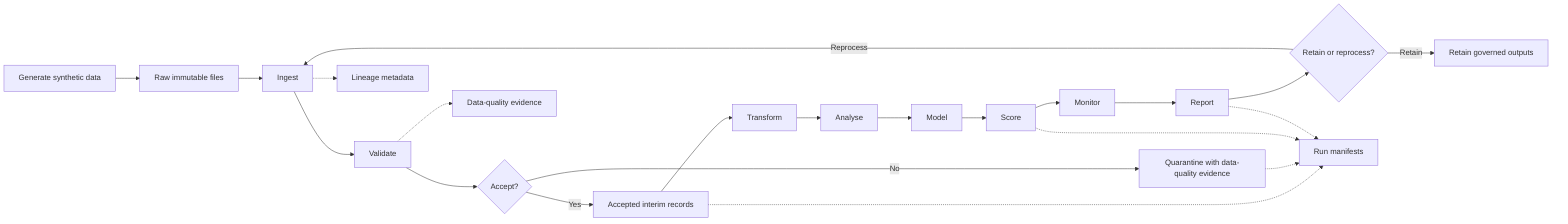
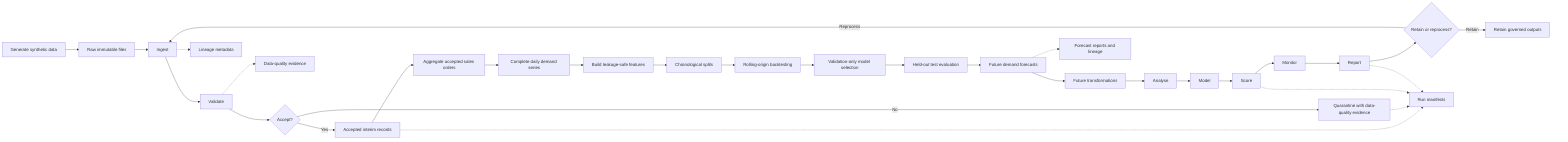
flowchart LR
    Generate["Generate synthetic data"] --> Raw["Raw immutable files"]
    Raw --> Ingest["Ingest"]
    Ingest --> Validate["Validate"]
    Validate --> Decision{"Accept?"}
    Decision -- No --> Quarantine["Quarantine with data-quality evidence"]
    Decision -- Yes --> Accepted["Accepted interim records"]
-     Accepted --> Transform["Transform"]
+     Accepted --> Demand["Aggregate accepted sales orders"]
+     Demand --> Complete["Complete daily demand series"]
+     Complete --> Feature["Build leakage-safe features"]
+     Feature --> Split["Chronological splits"]
+     Split --> Backtest["Rolling-origin backtesting"]
+     Backtest --> Select["Validation-only model selection"]
+     Select --> Test["Held-out test evaluation"]
+     Test --> Forecast["Future demand forecasts"]
+     Forecast --> Transform["Future transformations"]
    Transform --> Analyse["Analyse"]
    Analyse --> Model["Model"]
    Model --> Score["Score"]
    Score --> Monitor["Monitor"]
    Monitor --> Report["Report"]
    Report --> Retain{"Retain or reprocess?"}
    Retain -- Retain --> Archive["Retain governed outputs"]
    Retain -- Reprocess --> Ingest

    Ingest -.-> Lineage["Lineage metadata"]
    Validate -.-> Evidence["Data-quality evidence"]
+     Forecast -.-> ForecastLineage["Forecast reports and lineage"]
    Accepted -.-> Manifest["Run manifests"]
    Quarantine -.-> Manifest
    Score -.-> Manifest
    Report -.-> Manifest
